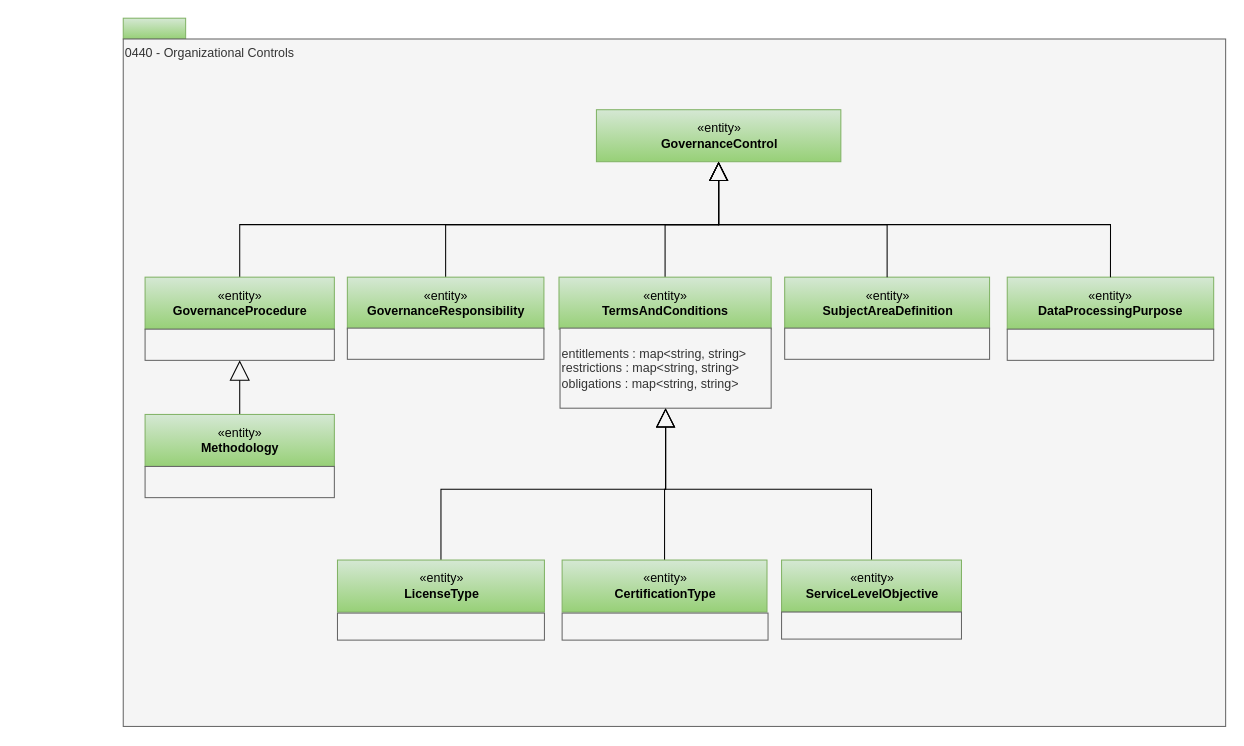
odpi/egeria-docs keeps this draw.io diagram as page "0440-Organizational-Controls" (14 of 30) of site/docs/types/4/area-4-governance.drawio. Above is the earlier version. Source tidied: cells renumbered, new cells numbered last; positions are measured from the earlier drawing's top-left corner, leaving out a move shared by most shapes. Both pictures are drawn from the tidied source at 104%, with x=0, y=0 at pixel (123, 18).
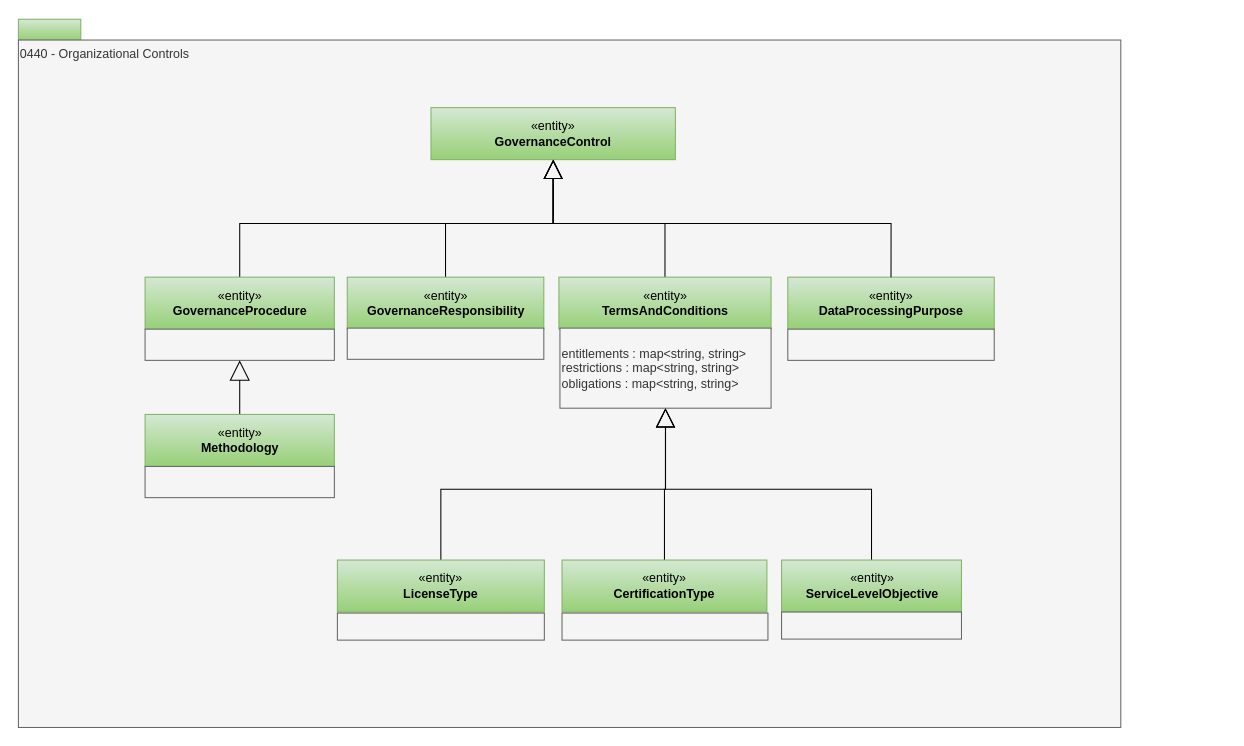
Above is the later version.

The edit, as a diff of the source:
```diff
@@
     <mxCell id="2" style="rounded=0;whiteSpace=wrap;html=1;align=left;fillColor=#d5e8d4;strokeColor=#82b366;gradientColor=#97d077;" parent="1" vertex="1">
-      <mxGeometry width="60" height="20" as="geometry" />
+      <mxGeometry x="-100.8" y="1" width="60" height="20" as="geometry" />
     </mxCell>
     <mxCell id="3" value="0440 - Organizational Controls" style="rounded=0;whiteSpace=wrap;html=1;align=left;verticalAlign=top;fillColor=#f5f5f5;fontColor=#333333;strokeColor=#666666;" parent="1" vertex="1">
-      <mxGeometry y="20" width="1060" height="661" as="geometry" />
+      <mxGeometry x="-100.8" y="21" width="1060" height="661" as="geometry" />
     </mxCell>
     <mxCell id="4" value="«entity»&lt;br&gt;&lt;b&gt;GovernanceControl&lt;/b&gt;" style="html=1;strokeColor=#82b366;align=center;fillColor=#d5e8d4;gradientColor=#97d077;" parent="1" vertex="1">
-      <mxGeometry x="455" y="88" width="235" height="50" as="geometry" />
+      <mxGeometry x="295.9" y="86" width="235" height="50" as="geometry" />
     </mxCell>
@@
     <mxCell id="6" value="«entity»&lt;br&gt;&lt;b&gt;GovernanceResponsibility&lt;/b&gt;" style="html=1;strokeColor=#82b366;align=center;fillColor=#d5e8d4;gradientColor=#97d077;" parent="1" vertex="1">
-      <mxGeometry x="215.5" y="249" width="189" height="50" as="geometry" />
+      <mxGeometry x="215.4" y="249" width="189" height="50" as="geometry" />
     </mxCell>
     <mxCell id="7" style="rounded=0;whiteSpace=wrap;html=1;align=left;fillColor=#f5f5f5;fontColor=#333333;strokeColor=#666666;" parent="1" vertex="1">
-      <mxGeometry x="215.5" y="298" width="189" height="30" as="geometry" />
+      <mxGeometry x="215.4" y="298" width="189" height="30" as="geometry" />
     </mxCell>
@@
     <mxCell id="15" value="«entity»&lt;br&gt;&lt;b&gt;LicenseType&lt;/b&gt;" style="html=1;strokeColor=#82b366;align=center;fillColor=#d5e8d4;gradientColor=#97d077;" parent="1" vertex="1">
-      <mxGeometry x="206" y="521" width="199" height="50" as="geometry" />
+      <mxGeometry x="205.9" y="521" width="199" height="50" as="geometry" />
     </mxCell>
     <mxCell id="16" style="rounded=0;whiteSpace=wrap;html=1;strokeColor=#666666;align=left;fillColor=#f5f5f5;fontColor=#333333;" parent="1" vertex="1">
-      <mxGeometry x="206" y="572" width="199" height="26" as="geometry" />
+      <mxGeometry x="205.9" y="572" width="199" height="26" as="geometry" />
     </mxCell>
@@
     <mxCell id="18" value="«entity»&lt;br&gt;&lt;b&gt;CertificationType&lt;/b&gt;" style="html=1;strokeColor=#82b366;align=center;fillColor=#d5e8d4;gradientColor=#97d077;" parent="1" vertex="1">
-      <mxGeometry x="422" y="521" width="197" height="50" as="geometry" />
+      <mxGeometry x="421.9" y="521" width="197" height="50" as="geometry" />
     </mxCell>
     <mxCell id="19" style="rounded=0;whiteSpace=wrap;html=1;strokeColor=#666666;align=left;fillColor=#f5f5f5;fontColor=#333333;" parent="1" vertex="1">
-      <mxGeometry x="422" y="572" width="198" height="26" as="geometry" />
+      <mxGeometry x="421.9" y="572" width="198" height="26" as="geometry" />
     </mxCell>
@@
     <mxCell id="21" value="«entity»&lt;br&gt;&lt;b&gt;TermsAndConditions&lt;/b&gt;" style="html=1;strokeColor=#82b366;align=center;fillColor=#d5e8d4;gradientColor=#97d077;" parent="1" vertex="1">
-      <mxGeometry x="419" y="249" width="204" height="50" as="geometry" />
+      <mxGeometry x="418.9" y="249" width="204" height="50" as="geometry" />
     </mxCell>
     <mxCell id="22" value="entitlements : map&amp;lt;string, string&amp;gt;&lt;br&gt;restrictions : map&amp;lt;string, string&amp;gt;&lt;br&gt;obligations : map&amp;lt;string, string&amp;gt;" style="rounded=0;whiteSpace=wrap;html=1;strokeColor=#666666;align=left;fillColor=#f5f5f5;fontColor=#333333;" parent="1" vertex="1">
-      <mxGeometry x="420" y="298" width="203" height="77" as="geometry" />
+      <mxGeometry x="419.9" y="298" width="203" height="77" as="geometry" />
     </mxCell>
     <mxCell id="23" value="«entity»&lt;br&gt;&lt;b&gt;DataProcessingPurpose&lt;/b&gt;" style="html=1;strokeColor=#82b366;align=center;fillColor=#d5e8d4;gradientColor=#97d077;" parent="1" vertex="1">
-      <mxGeometry x="850" y="249" width="198.5" height="50" as="geometry" />
+      <mxGeometry x="639" y="249" width="198.5" height="50" as="geometry" />
     </mxCell>
     <mxCell id="24" style="rounded=0;whiteSpace=wrap;html=1;strokeColor=#666666;align=left;fillColor=#f5f5f5;fontColor=#333333;" parent="1" vertex="1">
-      <mxGeometry x="850" y="299" width="198.5" height="30" as="geometry" />
+      <mxGeometry x="639" y="299" width="198.5" height="30" as="geometry" />
     </mxCell>
@@
-    <mxCell id="26" value="«entity»&lt;br&gt;&lt;b&gt;SubjectAreaDefinition&lt;/b&gt;" style="html=1;strokeColor=#82b366;align=center;fillColor=#d5e8d4;gradientColor=#97d077;" parent="1" vertex="1">
-      <mxGeometry x="636" y="249" width="197" height="50" as="geometry" />
-    </mxCell>
-    <mxCell id="27" style="edgeStyle=orthogonalEdgeStyle;rounded=0;html=1;exitX=0.5;exitY=1;entryX=0.5;entryY=0;jettySize=auto;endArrow=none;endFill=0;exitDx=0;exitDy=0;startArrow=block;startFill=0;targetPerimeterSpacing=0;endSize=6;startSize=16;" parent="1" edge="1" source="4" target="26">
-      <mxGeometry relative="1" as="geometry" />
-    </mxCell>
-    <mxCell id="28" style="rounded=0;whiteSpace=wrap;html=1;strokeColor=#666666;align=left;spacingLeft=2;fillColor=#f5f5f5;fontColor=#333333;" parent="1" vertex="1">
-      <mxGeometry x="636" y="298" width="197" height="30" as="geometry" />
-    </mxCell>
```
